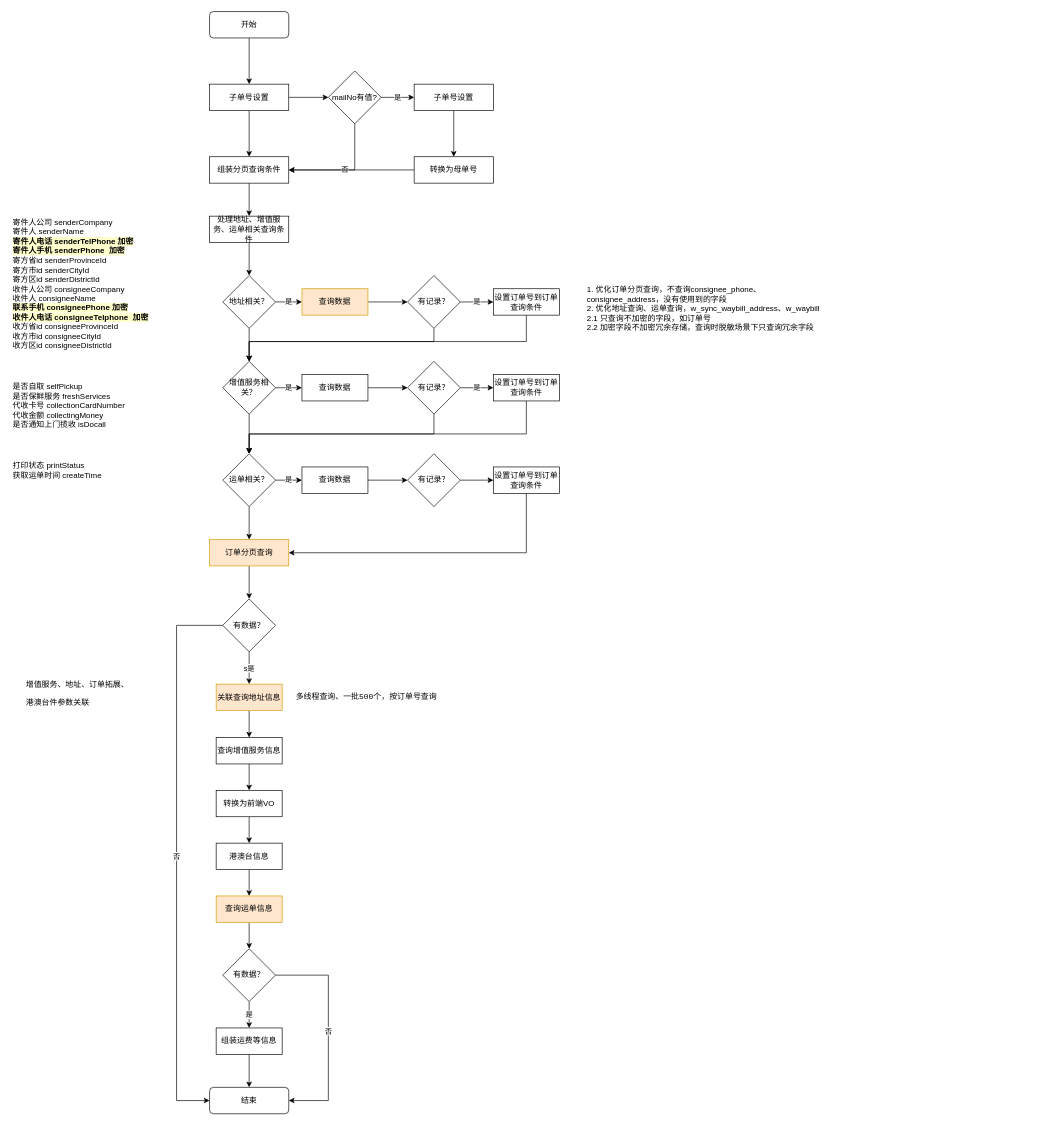
Before: 列表优化.drawio in vvhard/draw_io, a draw.io diagram. Source tidied: cells renumbered, new cells numbered last; positions are measured from the earlier drawing's top-left corner, leaving out a move shared by most shapes. Both pictures are drawn from the tidied source at 66%, with x=0, y=0 at pixel (11, 11).
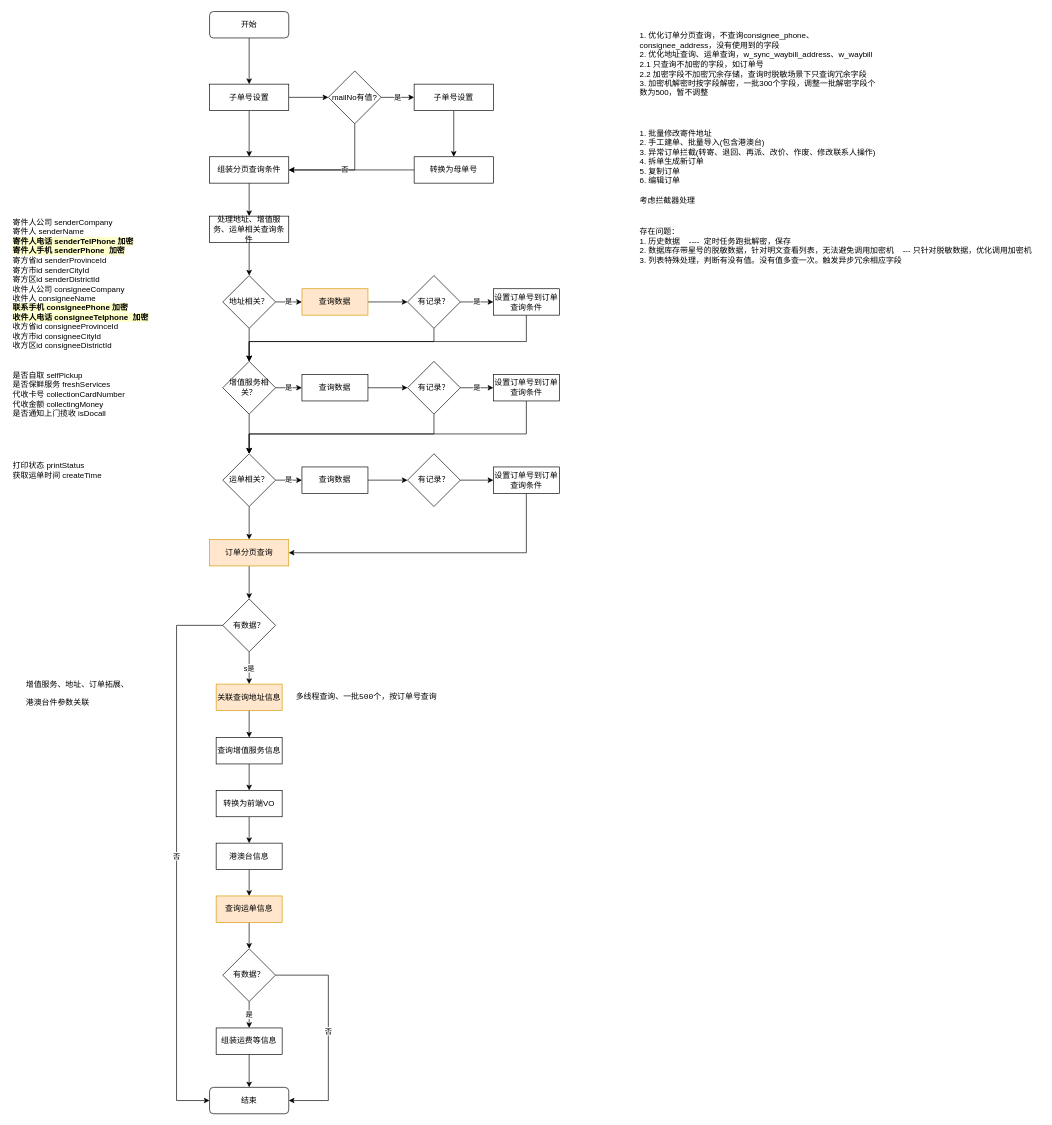
After the change.

Commit message:
更新列表优化.drawio

What changed in the source:
```diff
@@
     <mxCell id="30" value="&lt;div&gt;是否自取 selfPickup&lt;/div&gt;&lt;div&gt;是否保鲜服务 freshServices&lt;/div&gt;&lt;div&gt;代收卡号 collectionCardNumber&lt;/div&gt;&lt;div&gt;代收金额 collectingMoney&lt;/div&gt;&lt;div&gt;是否通知上门揽收 isDocall&lt;/div&gt;" style="text;html=1;strokeColor=none;fillColor=none;align=left;verticalAlign=middle;whiteSpace=wrap;rounded=0;" parent="1" vertex="1">
-      <mxGeometry y="547" width="220" height="100" as="geometry" />
+      <mxGeometry y="530" width="220" height="100" as="geometry" />
     </mxCell>
@@
-    <mxCell id="73" value="&lt;div&gt;1. 优化订单分页查询，不查询consignee_phone、consignee_address，没有使用到的字段&lt;/div&gt;&lt;div&gt;2. 优化地址查询、运单查询，w_sync_waybill_address、w_waybill&lt;/div&gt;&lt;div&gt;2.1 只查询不加密的字段，如订单号&lt;/div&gt;&lt;div&gt;2.2 加密字段不加密冗余存储，查询时脱敏场景下只查询冗余字段&lt;/div&gt;" style="text;html=1;strokeColor=none;fillColor=none;align=left;verticalAlign=middle;whiteSpace=wrap;rounded=0;" parent="1" vertex="1">
-      <mxGeometry x="870" y="400" width="370" height="100" as="geometry" />
+    <mxCell id="73" value="&lt;div&gt;1. 优化订单分页查询，不查询consignee_phone、consignee_address，没有使用到的字段&lt;/div&gt;&lt;div&gt;2. 优化地址查询、运单查询，w_sync_waybill_address、w_waybill&lt;/div&gt;&lt;div&gt;2.1 只查询不加密的字段，如订单号&lt;/div&gt;&lt;div&gt;2.2 加密字段不加密冗余存储，查询时脱敏场景下只查询冗余字段&lt;/div&gt;&lt;div&gt;3. 加密机解密时按字段解密，一批300个字段，调整一批解密字段个数为500，暂不调整&lt;/div&gt;" style="text;html=1;strokeColor=none;fillColor=none;align=left;verticalAlign=middle;whiteSpace=wrap;rounded=0;" parent="1" vertex="1">
+      <mxGeometry x="950" y="30" width="370" height="100" as="geometry" />
     </mxCell>
+    <mxCell id="74" value="&lt;div&gt;1. 批量修改寄件地址&lt;/div&gt;&lt;div&gt;2. 手工建单、批量导入(包含港澳台)&lt;/div&gt;&lt;div&gt;3. 异常订单拦截(转寄、退回、再派、改价、作废、修改联系人操作)&lt;/div&gt;&lt;div&gt;4. 拆单生成新订单&lt;/div&gt;&lt;div&gt;5. 复制订单&lt;/div&gt;&lt;div&gt;6. 编辑订单&lt;/div&gt;&lt;div&gt;&lt;br&gt;&lt;/div&gt;&lt;div&gt;考虑拦截器处理&lt;/div&gt;" style="text;html=1;strokeColor=none;fillColor=none;align=left;verticalAlign=middle;whiteSpace=wrap;rounded=0;" parent="1" vertex="1">
+      <mxGeometry x="950" y="170" width="370" height="130" as="geometry" />
+    </mxCell>
+    <mxCell id="75" value="存在问题：&lt;br&gt;1. 历史数据&amp;nbsp; &amp;nbsp; ----&amp;nbsp; 定时任务跑批解密，保存&lt;br&gt;2. 数据库存带星号的脱敏数据，针对明文查看列表，无法避免调用加密机&amp;nbsp; &amp;nbsp; --- 只针对脱敏数据，优化调用加密机&lt;br&gt;3. 列表特殊处理，判断有没有值。没有值多查一次。触发异步冗余相应字段&lt;br&gt;" style="text;html=1;strokeColor=none;fillColor=none;align=left;verticalAlign=middle;whiteSpace=wrap;rounded=0;" parent="1" vertex="1">
+      <mxGeometry x="950" y="320" width="610" height="70" as="geometry" />
+    </mxCell>
```
